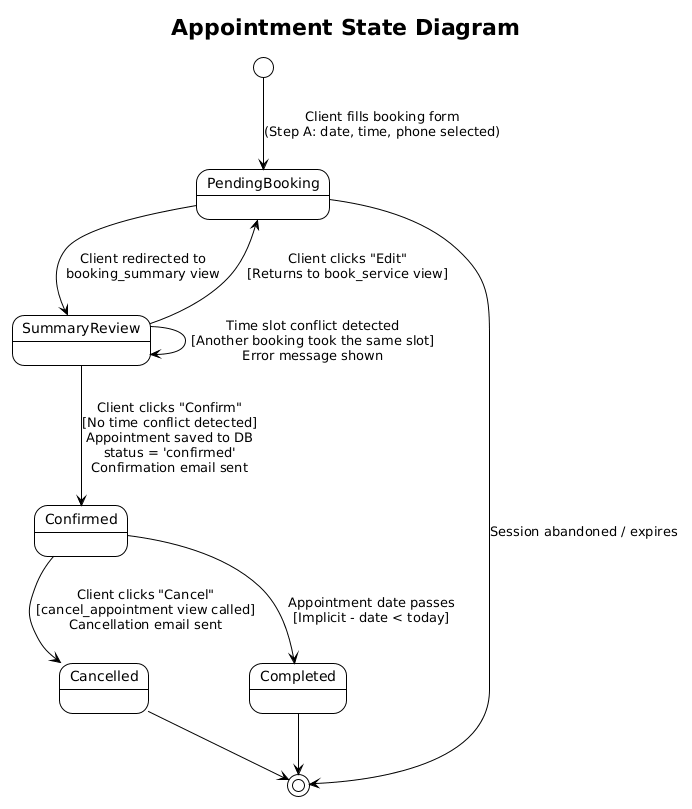
This is Appointment_State_Diagram.png from mahxri/COMP2171-Hair-Booking, a PlantUML export, as it was before one commit.
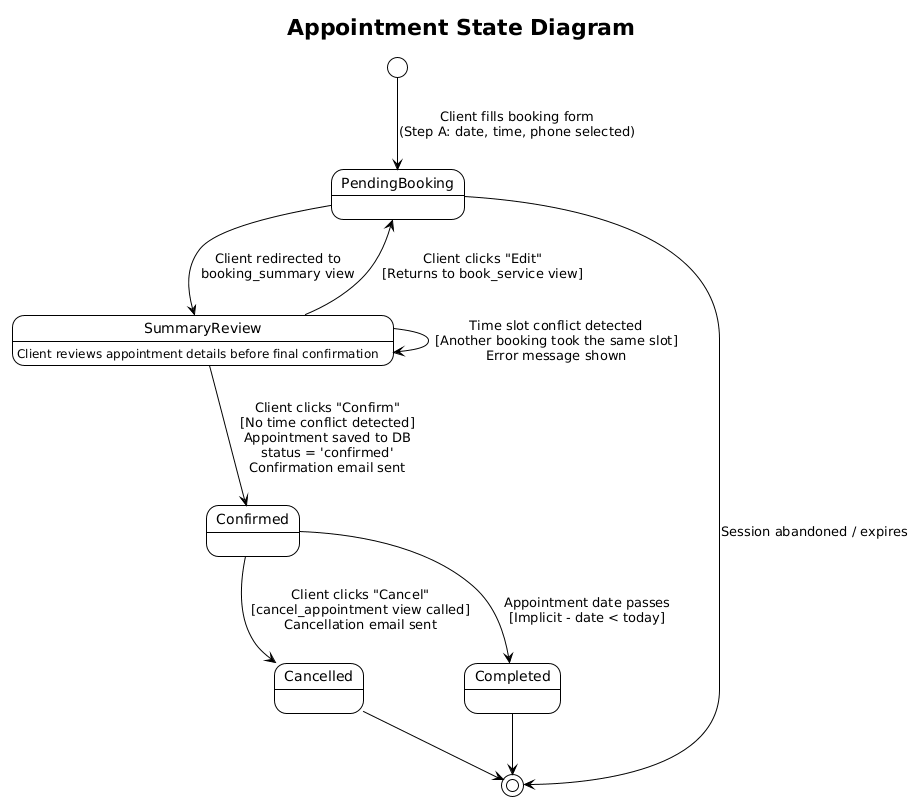
Later version of the same file.

What changed in the source:
```diff
@@ -13,7 +13,7 @@
 PendingBooking --> [*] : Session abandoned / expires
 
 state SummaryReview {
-    SummaryReview:
+    SummaryReview: Client reviews appointment details before final confirmation
 }
 
 SummaryReview --> PendingBooking : Client clicks "Edit"\n[Returns to book_service view]
```
